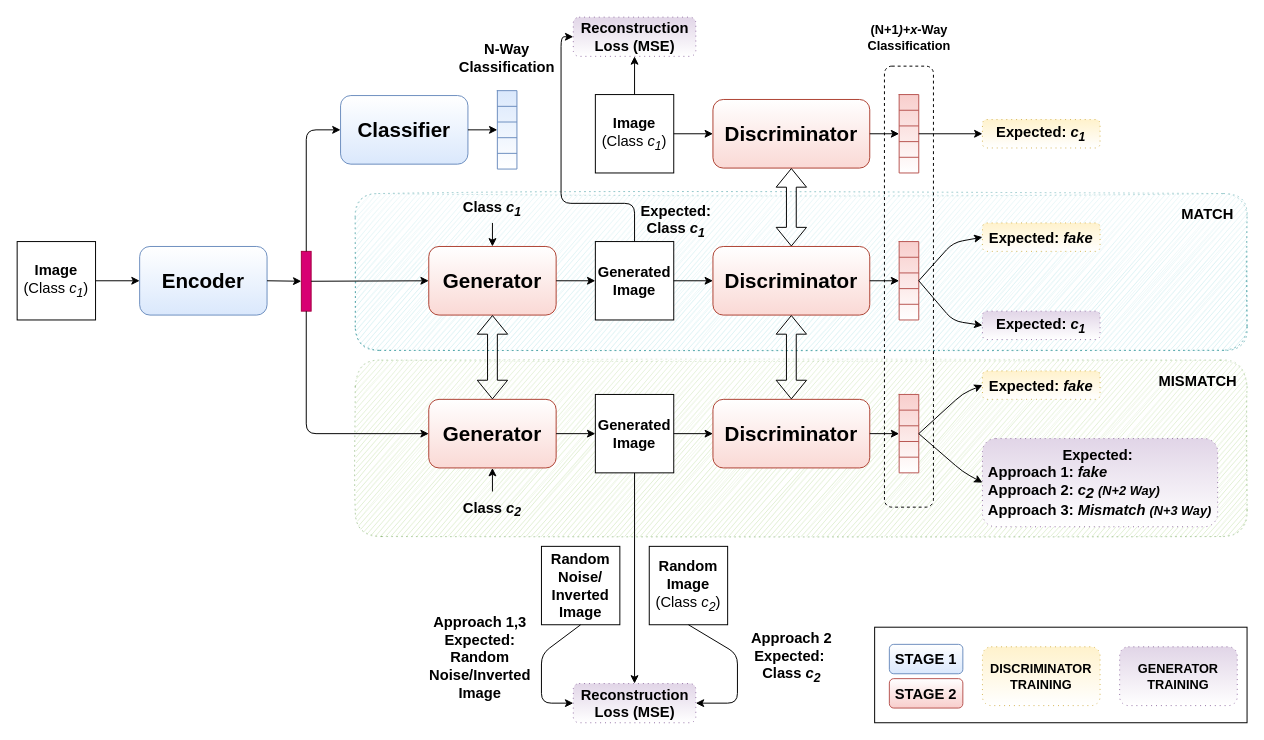
Above: draw/cGAN-OSR.drawio in pranavbudhwant/cGAN-OSR (draw.io), before the change. Source tidied: cells renumbered, new cells numbered last; positions are measured from the earlier drawing's top-left corner, leaving out a move shared by most shapes. Both pictures are drawn from the tidied source at 98%, with x=0, y=0 at pixel (17, 17).
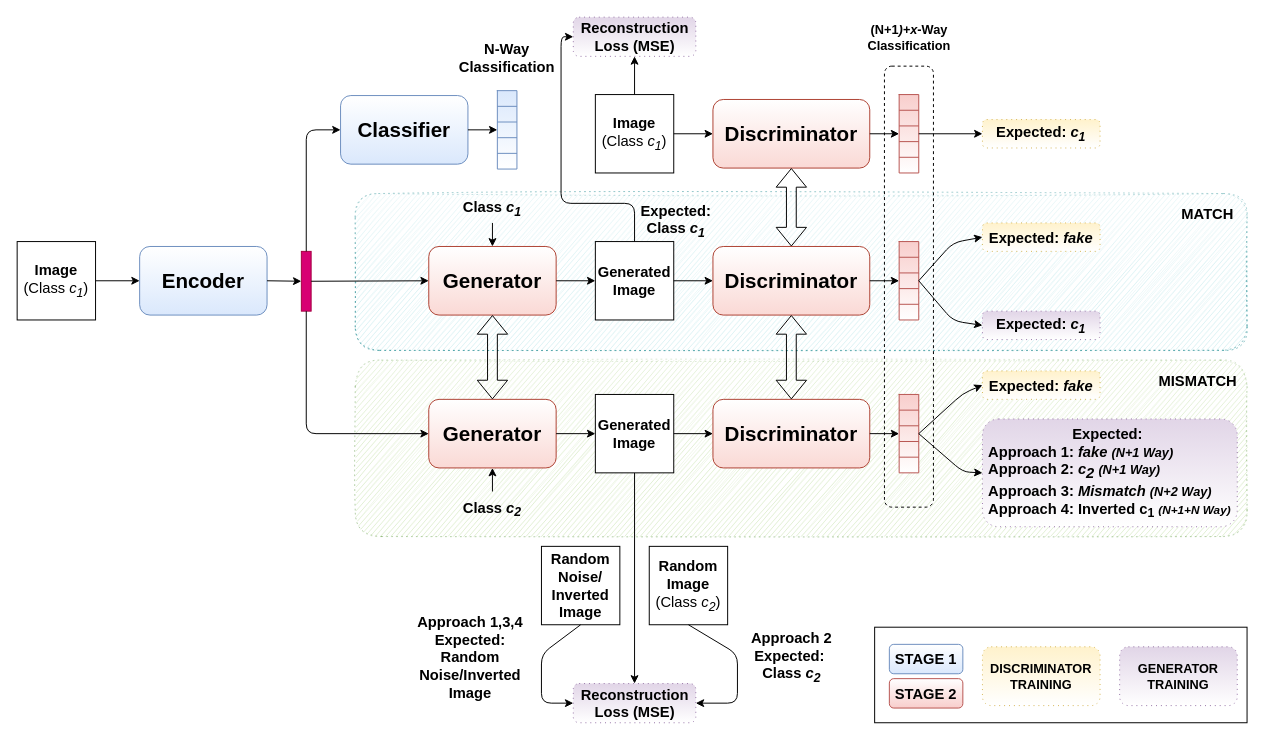
The same page after the edit.

Commit message (it also covers changes not shown here):
Updated cGAN-OSR figure: Added approach 4, Added experiment config script

What changed in the source:
```diff
@@
-    <mxCell id="102" value="&lt;p style=&quot;line-height: 100%&quot;&gt;&lt;/p&gt;&lt;div&gt;&lt;span style=&quot;font-size: 15px&quot;&gt;&lt;b&gt;Expected:&amp;nbsp;&lt;/b&gt;&lt;/span&gt;&lt;/div&gt;&lt;div style=&quot;text-align: left&quot;&gt;&lt;span style=&quot;font-size: 15px&quot;&gt;&lt;b&gt;Approach 1: &lt;i&gt;fake&lt;/i&gt;&lt;/b&gt;&lt;/span&gt;&lt;/div&gt;&lt;font&gt;&lt;b&gt;&lt;div style=&quot;text-align: left&quot;&gt;&lt;span style=&quot;font-size: 15px&quot;&gt;Approach 2:&amp;nbsp;&lt;/span&gt;&lt;span style=&quot;font-style: italic ; font-size: 15px&quot;&gt;c&lt;/span&gt;&lt;span style=&quot;vertical-align: sub ; font-style: italic ; font-size: 15px&quot;&gt;2&amp;nbsp;&lt;/span&gt;&lt;span style=&quot;font-style: italic&quot;&gt;&lt;font style=&quot;font-size: 13px&quot;&gt;(N+2 Way)&lt;/font&gt;&lt;/span&gt;&lt;/div&gt;&lt;div style=&quot;text-align: left&quot;&gt;&lt;span style=&quot;font-size: 15px&quot;&gt;Approach 3:&amp;nbsp;&lt;/span&gt;&lt;i style=&quot;font-size: 15px&quot;&gt;Mismatch&amp;nbsp;&lt;/i&gt;&lt;span style=&quot;font-size: 13px ; font-style: italic&quot;&gt;(N+3 Way)&lt;/span&gt;&lt;/div&gt;&lt;/b&gt;&lt;/font&gt;&lt;p&gt;&lt;/p&gt;" style="rounded=1;whiteSpace=wrap;html=1;dashed=1;dashPattern=1 4;fillColor=#e1d5e7;strokeColor=#9673a6;gradientColor=#ffffff;" parent="1" vertex="1">
-      <mxGeometry x="985" y="430" width="240" height="90" as="geometry" />
+    <mxCell id="102" value="&lt;p style=&quot;line-height: 100%&quot;&gt;&lt;/p&gt;&lt;div&gt;&lt;span style=&quot;font-size: 15px&quot;&gt;&lt;b&gt;Expected:&amp;nbsp;&lt;/b&gt;&lt;/span&gt;&lt;/div&gt;&lt;div style=&quot;text-align: left&quot;&gt;&lt;span style=&quot;font-size: 15px&quot;&gt;&lt;b&gt;Approach 1: &lt;i&gt;fake&amp;nbsp;&lt;/i&gt;&lt;/b&gt;&lt;/span&gt;&lt;span style=&quot;font-size: 13px ; font-style: italic ; font-weight: 700&quot;&gt;(N+1 Way)&lt;/span&gt;&lt;/div&gt;&lt;font&gt;&lt;b&gt;&lt;div style=&quot;font-size: 15px ; text-align: left&quot;&gt;&lt;span style=&quot;font-size: 15px&quot;&gt;Approach 2:&amp;nbsp;&lt;/span&gt;&lt;span style=&quot;font-style: italic ; font-size: 15px&quot;&gt;c&lt;/span&gt;&lt;span style=&quot;vertical-align: sub ; font-style: italic ; font-size: 15px&quot;&gt;2&amp;nbsp;&lt;/span&gt;&lt;span style=&quot;font-style: italic&quot;&gt;&lt;font style=&quot;font-size: 13px&quot;&gt;(N+1 Way)&lt;/font&gt;&lt;/span&gt;&lt;/div&gt;&lt;div style=&quot;font-size: 15px ; text-align: left&quot;&gt;&lt;span style=&quot;font-size: 15px&quot;&gt;Approach 3:&amp;nbsp;&lt;/span&gt;&lt;i style=&quot;font-size: 15px&quot;&gt;Mismatch&amp;nbsp;&lt;/i&gt;&lt;span style=&quot;font-size: 13px ; font-style: italic&quot;&gt;(N+2 Way)&lt;/span&gt;&lt;/div&gt;&lt;div style=&quot;text-align: left&quot;&gt;&lt;span style=&quot;font-size: 15px&quot;&gt;Approach 4: Inverted c&lt;sub&gt;1&lt;/sub&gt;&amp;nbsp;&lt;/span&gt;&lt;font style=&quot;font-size: 12px&quot;&gt;&lt;i&gt;(N+1+N Way)&lt;/i&gt;&lt;/font&gt;&lt;/div&gt;&lt;/b&gt;&lt;/font&gt;&lt;p&gt;&lt;/p&gt;" style="rounded=1;whiteSpace=wrap;html=1;dashed=1;dashPattern=1 4;fillColor=#e1d5e7;strokeColor=#9673a6;gradientColor=#ffffff;" parent="1" vertex="1">
+      <mxGeometry x="985" y="410" width="260" height="110" as="geometry" />
     </mxCell>
@@
-    <mxCell id="118" value="&lt;font style=&quot;font-size: 15px&quot;&gt;&lt;b&gt;Approach 1,3&lt;br&gt;Expected: Random Noise/Inverted Image&lt;/b&gt;&lt;/font&gt;" style="text;html=1;strokeColor=none;fillColor=none;align=center;verticalAlign=middle;whiteSpace=wrap;rounded=0;comic=0;" parent="1" vertex="1">
-      <mxGeometry x="425" y="610" width="95" height="85" as="geometry" />
+    <mxCell id="118" value="&lt;font style=&quot;font-size: 15px&quot;&gt;&lt;b&gt;Approach 1,3,4&lt;br&gt;Expected: Random Noise/Inverted Image&lt;/b&gt;&lt;/font&gt;" style="text;html=1;strokeColor=none;fillColor=none;align=center;verticalAlign=middle;whiteSpace=wrap;rounded=0;comic=0;" parent="1" vertex="1">
+      <mxGeometry x="405" y="610" width="115" height="85" as="geometry" />
     </mxCell>
```
